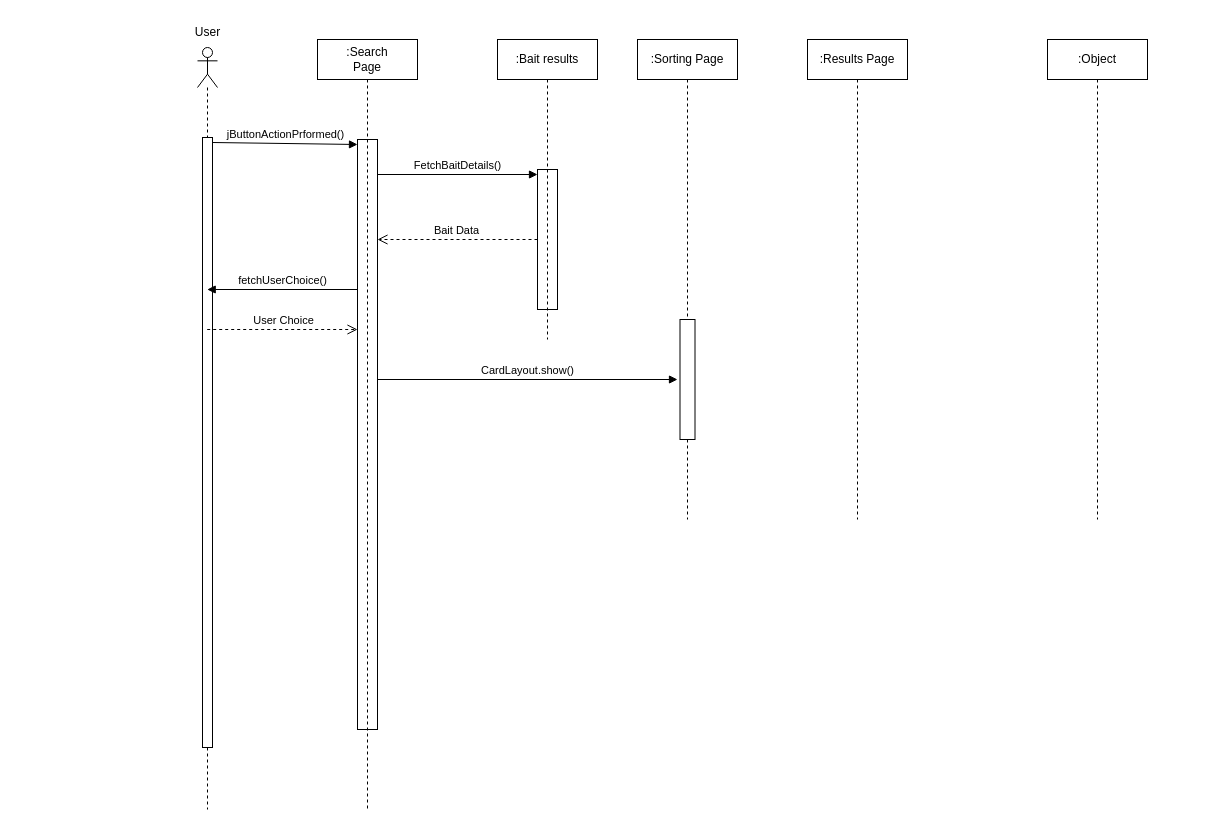
TMCEID/SoftEngFishApp keeps this draw.io diagram as Delivarable3/SequenceDiagram/SearchBait.drawio. Above is the earlier version. Source tidied: cells renumbered, new cells numbered last; positions are measured from the earlier drawing's top-left corner, leaving out a move shared by most shapes. Both pictures are drawn from the tidied source at 100%, with x=0, y=0 at pixel (182, 17).
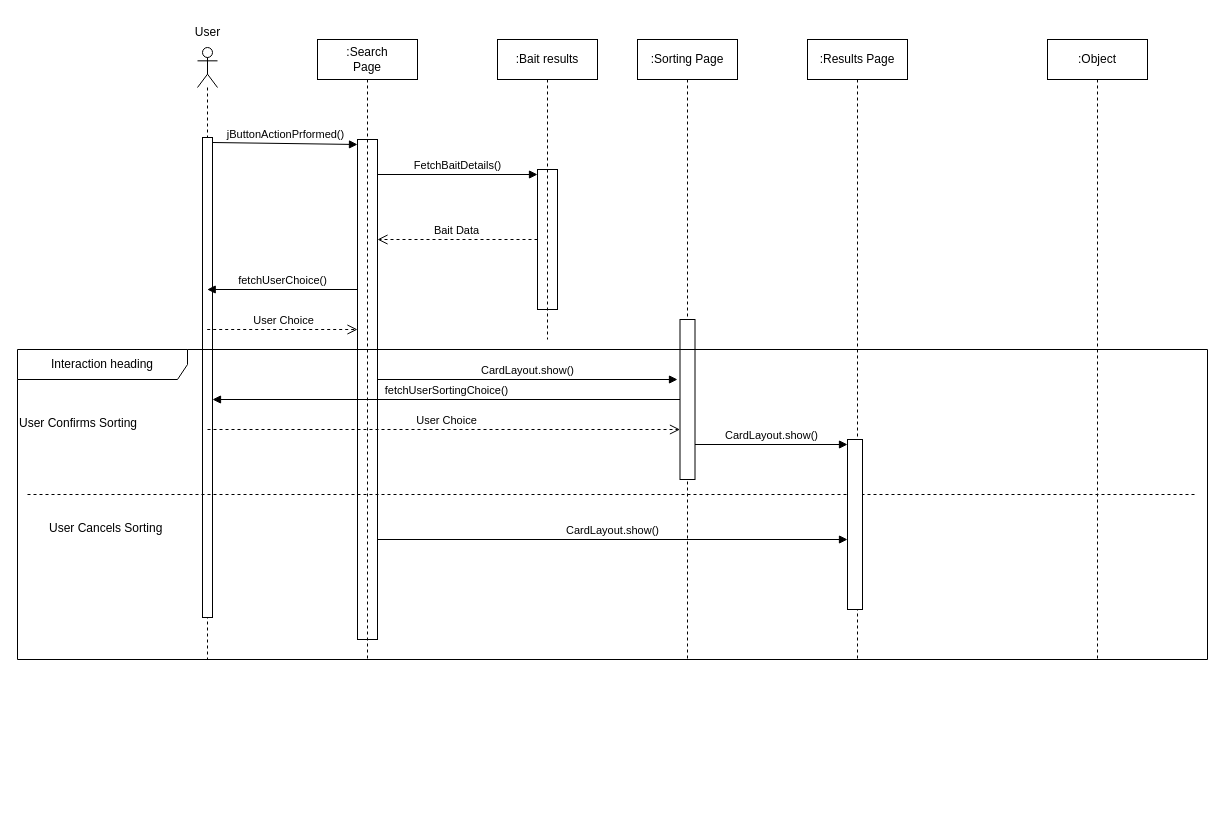
Above is the later version.

The edit, as a diff of the source:
```diff
@@
     <mxCell id="2" style="shape=umlLifeline;perimeter=lifelinePerimeter;whiteSpace=wrap;html=1;newEdgeStyle={&quot;curved&quot;:0,&quot;rounded&quot;:0};participant=umlActor;" parent="1" vertex="1">
-      <mxGeometry x="15" y="30" width="20" height="762" as="geometry" />
+      <mxGeometry x="15" y="30" width="20" height="612" as="geometry" />
     </mxCell>
     <mxCell id="3" style="html=1;points=[[0,0,0,0,5],[0,1,0,0,-5],[1,0,0,0,5],[1,1,0,0,-5]];perimeter=orthogonalPerimeter;outlineConnect=0;targetShapes=umlLifeline;portConstraint=eastwest;newEdgeStyle={&quot;curved&quot;:0,&quot;rounded&quot;:0};" parent="2" vertex="1">
-      <mxGeometry x="5" y="90" width="10" height="610" as="geometry" />
+      <mxGeometry x="5" y="90" width="10" height="480" as="geometry" />
     </mxCell>
@@
     <mxCell id="6" style="html=1;points=[[0,0,0,0,5],[0,1,0,0,-5],[1,0,0,0,5],[1,1,0,0,-5]];perimeter=orthogonalPerimeter;outlineConnect=0;targetShapes=umlLifeline;portConstraint=eastwest;newEdgeStyle={&quot;curved&quot;:0,&quot;rounded&quot;:0};" parent="1" vertex="1">
-      <mxGeometry x="175" y="122" width="20" height="590" as="geometry" />
+      <mxGeometry x="175" y="122" width="20" height="500" as="geometry" />
     </mxCell>
@@
     <mxCell id="13" value=":Object" style="shape=umlLifeline;perimeter=lifelinePerimeter;whiteSpace=wrap;html=1;newEdgeStyle={&quot;curved&quot;:0,&quot;rounded&quot;:0};" parent="1" vertex="1">
-      <mxGeometry x="865" y="22" width="100" height="480" as="geometry" />
+      <mxGeometry x="865" y="22" width="100" height="620" as="geometry" />
     </mxCell>
     <mxCell id="14" value=":Results Page" style="shape=umlLifeline;perimeter=lifelinePerimeter;whiteSpace=wrap;html=1;newEdgeStyle={&quot;curved&quot;:0,&quot;rounded&quot;:0};" parent="1" vertex="1">
-      <mxGeometry x="625" y="22" width="100" height="480" as="geometry" />
+      <mxGeometry x="625" y="22" width="100" height="620" as="geometry" />
     </mxCell>
     <mxCell id="15" value=":Sorting Page" style="shape=umlLifeline;perimeter=lifelinePerimeter;whiteSpace=wrap;html=1;newEdgeStyle={&quot;curved&quot;:0,&quot;rounded&quot;:0};" parent="1" vertex="1">
-      <mxGeometry x="455" y="22" width="100" height="480" as="geometry" />
+      <mxGeometry x="455" y="22" width="100" height="620" as="geometry" />
     </mxCell>
     <mxCell id="16" style="html=1;points=[[0,0,0,0,5],[0,1,0,0,-5],[1,0,0,0,5],[1,1,0,0,-5]];perimeter=orthogonalPerimeter;outlineConnect=0;targetShapes=umlLifeline;portConstraint=eastwest;newEdgeStyle={&quot;curved&quot;:0,&quot;rounded&quot;:0};" parent="15" vertex="1">
-      <mxGeometry x="42.5" y="280" width="15" height="120" as="geometry" />
+      <mxGeometry x="42.5" y="280" width="15" height="160" as="geometry" />
     </mxCell>
@@
     <mxCell id="18" value="&lt;div&gt;:Search&lt;/div&gt;&lt;div&gt;Page&lt;/div&gt;" style="shape=umlLifeline;perimeter=lifelinePerimeter;whiteSpace=wrap;html=1;newEdgeStyle={&quot;curved&quot;:0,&quot;rounded&quot;:0};" parent="1" vertex="1">
-      <mxGeometry x="135" y="22" width="100" height="770" as="geometry" />
+      <mxGeometry x="135" y="22" width="100" height="620" as="geometry" />
     </mxCell>
+    <mxCell id="19" value="Interaction heading" style="shape=umlFrame;whiteSpace=wrap;html=1;width=170;" parent="1" vertex="1">
+      <mxGeometry x="-165" y="332" width="1190" height="310" as="geometry" />
+    </mxCell>
+    <mxCell id="20" value="&lt;div&gt;User Confirms Sorting&lt;/div&gt;" style="text;html=1;" parent="19" vertex="1">
+      <mxGeometry width="100" height="20" relative="1" as="geometry">
+        <mxPoint y="60" as="offset" />
+      </mxGeometry>
+    </mxCell>
+    <mxCell id="21" value="User Cancels Sorting" style="line;strokeWidth=1;dashed=1;labelPosition=center;verticalLabelPosition=bottom;align=left;verticalAlign=top;spacingLeft=20;spacingTop=15;html=1;whiteSpace=wrap;" parent="19" vertex="1">
+      <mxGeometry x="10" y="140" width="1170" height="10" as="geometry" />
+    </mxCell>
+    <mxCell id="22" value="fetchUserSortingChoice()" style="html=1;verticalAlign=bottom;endArrow=block;curved=0;rounded=0;" parent="19" edge="1">
+      <mxGeometry relative="1" as="geometry">
+        <mxPoint x="662.5" y="50" as="sourcePoint" />
+        <mxPoint x="195" y="50" as="targetPoint" />
+      </mxGeometry>
+    </mxCell>
+    <mxCell id="23" value="User Choice" style="html=1;verticalAlign=bottom;endArrow=open;dashed=1;endSize=8;curved=0;rounded=0;" parent="19" edge="1">
+      <mxGeometry x="0.01" relative="1" as="geometry">
+        <mxPoint x="190" y="80" as="sourcePoint" />
+        <mxPoint x="662.5" y="80" as="targetPoint" />
+      </mxGeometry>
+    </mxCell>
+    <mxCell id="24" style="html=1;points=[[0,0,0,0,5],[0,1,0,0,-5],[1,0,0,0,5],[1,1,0,0,-5]];perimeter=orthogonalPerimeter;outlineConnect=0;targetShapes=umlLifeline;portConstraint=eastwest;newEdgeStyle={&quot;curved&quot;:0,&quot;rounded&quot;:0};" parent="19" vertex="1">
+      <mxGeometry x="830" y="90" width="15" height="170" as="geometry" />
+    </mxCell>
+    <mxCell id="25" value="CardLayout.show()" style="html=1;verticalAlign=bottom;endArrow=block;curved=0;rounded=0;" parent="19" edge="1" target="24">
+      <mxGeometry relative="1" as="geometry">
+        <mxPoint x="360" y="190" as="sourcePoint" />
+      </mxGeometry>
+    </mxCell>
+    <mxCell id="26" value="CardLayout.show()" style="html=1;verticalAlign=bottom;endArrow=block;curved=0;rounded=0;entryX=0;entryY=0;entryDx=0;entryDy=5;entryPerimeter=0;" parent="1" edge="1" source="16" target="24">
+      <mxGeometry relative="1" as="geometry" />
+    </mxCell>
```
